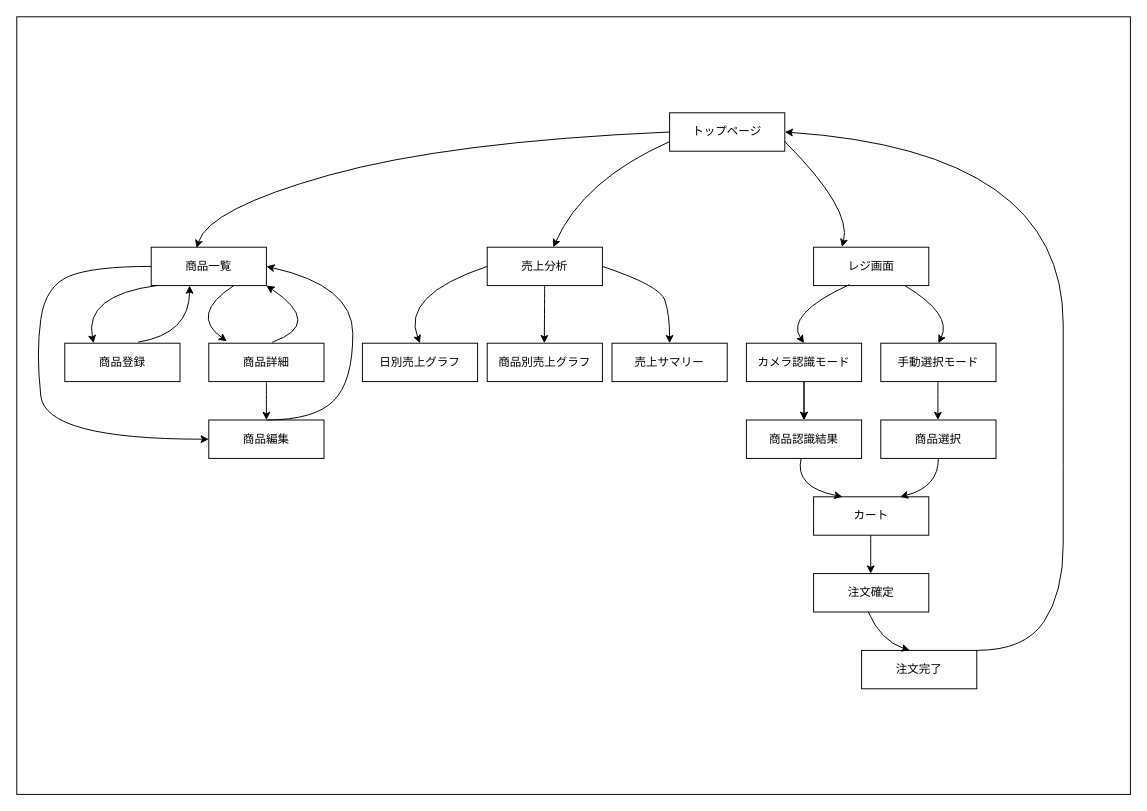
Ykuroyy/kantan-register keeps this draw.io diagram as kantan-register-flow.dio. Above is the earlier version. Source tidied: cells renumbered, new cells numbered last; positions are measured from the earlier drawing's top-left corner, leaving out a move shared by most shapes. Both pictures are drawn from the tidied source at 96%, with x=0, y=0 at pixel (16, 16).
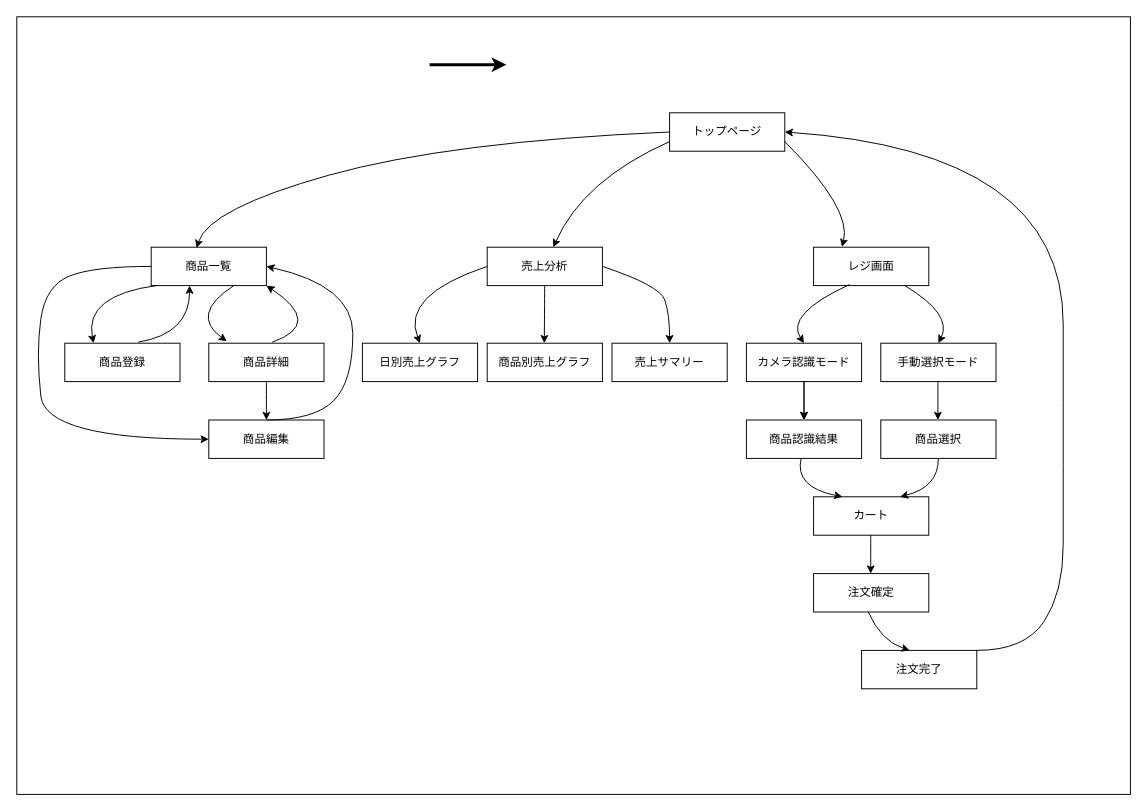
The same page after the edit.

The edit, as a diff of the source:
```diff
@@
+    <mxCell id="43" style="endArrow=classic;html=1;fontSize=21;strokeWidth=3;entryX=0;entryY=0.5;entryDx=0;entryDy=0;" parent="1" edge="1">
+      <mxGeometry relative="1" as="geometry">
+        <mxPoint x="430" y="50" as="sourcePoint" />
+        <mxPoint x="510" y="50" as="targetPoint" />
+      </mxGeometry>
+    </mxCell>
```
